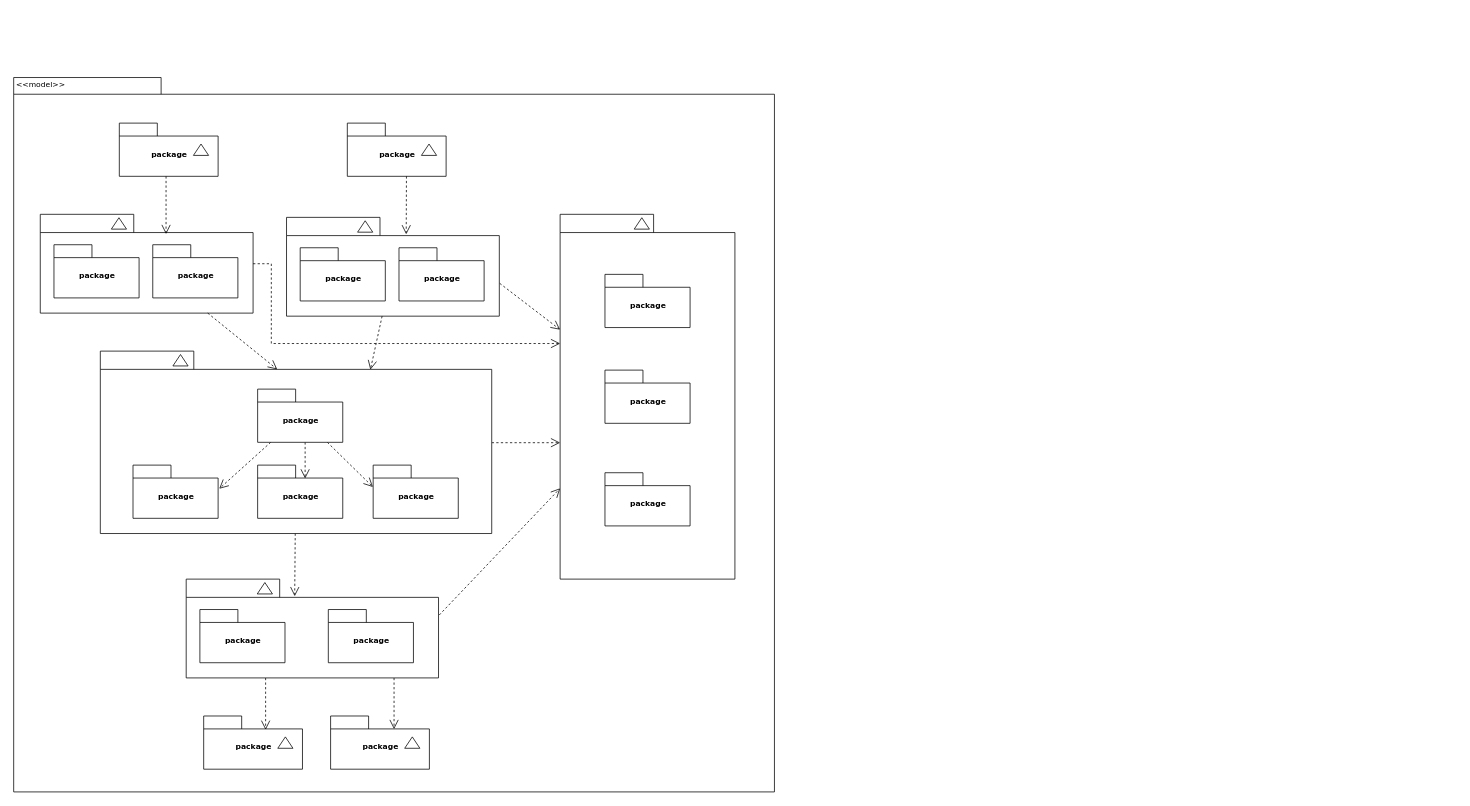
Earlier version of the draw.io diagram Unbenanntes Diagramm.drawio (louisliuyyds/GaumenGalopp). Source tidied: cells renumbered, new cells numbered last; positions are measured from the earlier drawing's top-left corner, leaving out a move shared by most shapes. Both pictures are drawn from the tidied source at 76%, with x=0, y=0 at pixel (13, 77).
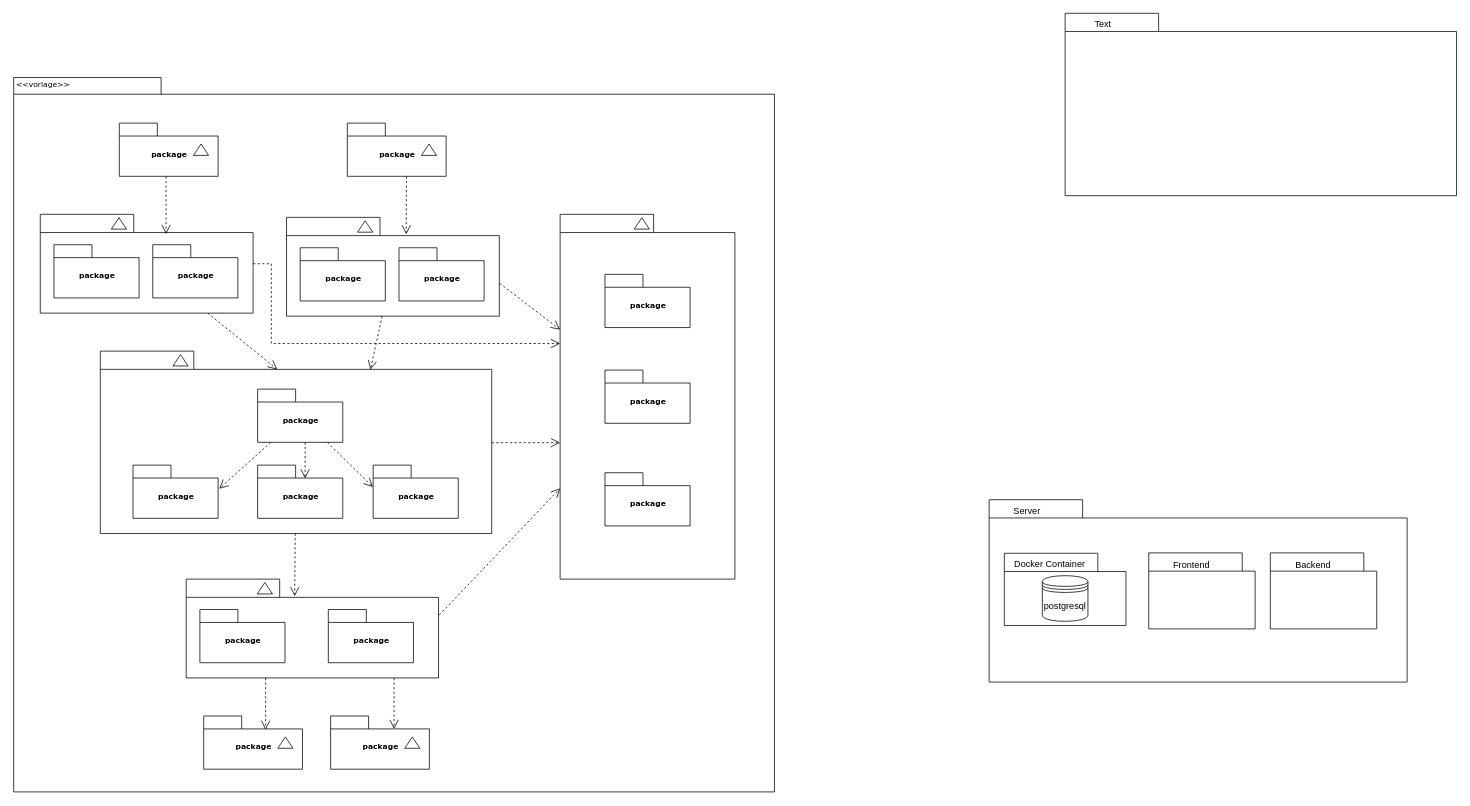
Above is the later version.

Change to the diagram source:
```diff
@@
-    <mxCell id="56" value="&amp;lt;&amp;lt;model&amp;gt;&amp;gt;" style="text;html=1;align=left;verticalAlign=top;spacingTop=-4;fontSize=10;fontFamily=Verdana;" parent="1" vertex="1">
+    <mxCell id="56" value="&amp;lt;&amp;lt;vorlage&amp;gt;&amp;gt;" style="text;html=1;align=left;verticalAlign=top;spacingTop=-4;fontSize=10;fontFamily=Verdana;" parent="1" vertex="1">
       <mxGeometry x="1.5" y="0.5" width="130" height="20" as="geometry" />
     </mxCell>
+    <mxCell id="57" style="shape=folder;fontStyle=1;spacingTop=10;tabWidth=123;tabHeight=24;tabPosition=left;html=1;rounded=0;shadow=0;comic=0;labelBackgroundColor=none;strokeColor=#000000;strokeWidth=1;fillColor=#ffffff;fontFamily=Verdana;fontSize=10;fontColor=#000000;align=center;" parent="1" vertex="1">
+      <mxGeometry x="1284" y="556" width="550" height="240" as="geometry" />
+    </mxCell>
+    <mxCell id="58" value="Server" style="text;html=1;whiteSpace=wrap;strokeColor=none;fillColor=none;align=center;verticalAlign=middle;rounded=0;" parent="1" vertex="1">
+      <mxGeometry x="1304" y="556" width="60" height="30" as="geometry" />
+    </mxCell>
+    <mxCell id="59" style="group;" parent="1" vertex="1">
+      <mxGeometry x="1304" y="626" width="160" height="95.5" as="geometry" />
+    </mxCell>
+    <mxCell id="60" style="shape=folder;fontStyle=1;spacingTop=10;tabWidth=123;tabHeight=24;tabPosition=left;html=1;rounded=0;shadow=0;comic=0;labelBackgroundColor=none;strokeColor=#000000;strokeWidth=1;fillColor=#ffffff;fontFamily=Verdana;fontSize=10;fontColor=#000000;align=center;" parent="59" vertex="1">
+      <mxGeometry y="0.5" width="160" height="95" as="geometry" />
+    </mxCell>
+    <mxCell id="61" value="Docker Container" style="text;html=1;whiteSpace=wrap;strokeColor=none;fillColor=none;align=center;verticalAlign=middle;rounded=0;" parent="59" vertex="1">
+      <mxGeometry width="120" height="30" as="geometry" />
+    </mxCell>
+    <mxCell id="62" value="postgresql" style="shape=datastore;whiteSpace=wrap;html=1;" parent="59" vertex="1">
+      <mxGeometry x="50" y="30" width="60" height="60" as="geometry" />
+    </mxCell>
+    <mxCell id="63" style="group;" parent="1" vertex="1">
+      <mxGeometry x="1384" y="-84" width="515" height="240" as="geometry" />
+    </mxCell>
+    <mxCell id="64" style="shape=folder;fontStyle=1;spacingTop=10;tabWidth=123;tabHeight=24;tabPosition=left;html=1;rounded=0;shadow=0;comic=0;labelBackgroundColor=none;strokeColor=#000000;strokeWidth=1;fillColor=#ffffff;fontFamily=Verdana;fontSize=10;fontColor=#000000;align=center;" parent="63" vertex="1">
+      <mxGeometry width="515" height="240" as="geometry" />
+    </mxCell>
+    <mxCell id="65" value="Text" style="text;html=1;whiteSpace=wrap;strokeColor=none;fillColor=none;align=center;verticalAlign=middle;rounded=0;" parent="63" vertex="1">
+      <mxGeometry x="20" width="60" height="30" as="geometry" />
+    </mxCell>
+    <mxCell id="66" style="group;" parent="1" vertex="1">
+      <mxGeometry x="1494" y="626" width="140" height="100" as="geometry" />
+    </mxCell>
+    <mxCell id="67" style="shape=folder;fontStyle=1;spacingTop=10;tabWidth=123;tabHeight=24;tabPosition=left;html=1;rounded=0;shadow=0;comic=0;labelBackgroundColor=none;strokeColor=#000000;strokeWidth=1;fillColor=#ffffff;fontFamily=Verdana;fontSize=10;fontColor=#000000;align=center;" parent="66" vertex="1">
+      <mxGeometry width="140" height="100" as="geometry" />
+    </mxCell>
+    <mxCell id="68" value="Frontend" style="text;html=1;whiteSpace=wrap;strokeColor=none;fillColor=none;align=center;verticalAlign=middle;rounded=0;" parent="66" vertex="1">
+      <mxGeometry x="40" y="10" width="32.6" height="12.5" as="geometry" />
+    </mxCell>
+    <mxCell id="69" style="group;" parent="1" vertex="1">
+      <mxGeometry x="1654" y="626" width="140" height="100" as="geometry" />
+    </mxCell>
+    <mxCell id="70" style="shape=folder;fontStyle=1;spacingTop=10;tabWidth=123;tabHeight=24;tabPosition=left;html=1;rounded=0;shadow=0;comic=0;labelBackgroundColor=none;strokeColor=#000000;strokeWidth=1;fillColor=#ffffff;fontFamily=Verdana;fontSize=10;fontColor=#000000;align=center;" parent="69" vertex="1">
+      <mxGeometry width="140" height="100" as="geometry" />
+    </mxCell>
+    <mxCell id="71" value="Backend" style="text;html=1;whiteSpace=wrap;strokeColor=none;fillColor=none;align=center;verticalAlign=middle;rounded=0;" parent="69" vertex="1">
+      <mxGeometry x="40" y="10" width="32.6" height="12.5" as="geometry" />
+    </mxCell>
```
